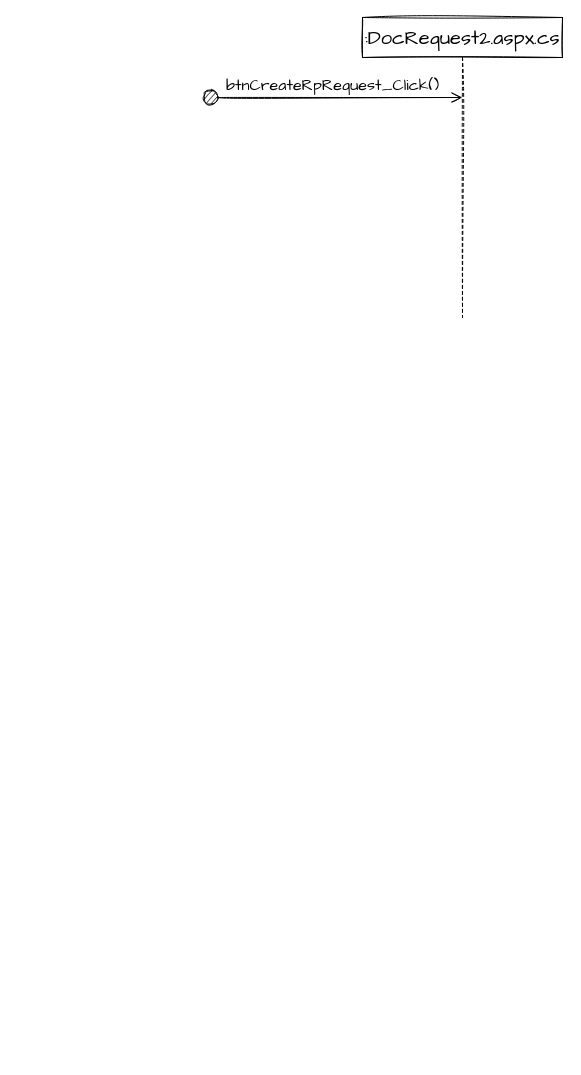
davyd0ff/so-line-grls keeps this draw.io diagram as portal/DocRequest2.aspx/btnCreateRpRequest_Click().drawio. Above is the earlier version. Source tidied: cells renumbered, new cells numbered last; positions are measured from the earlier drawing's top-left corner, leaving out a move shared by most shapes. Both pictures are drawn from the tidied source at 100%, with x=0, y=0 at pixel (202, 17).
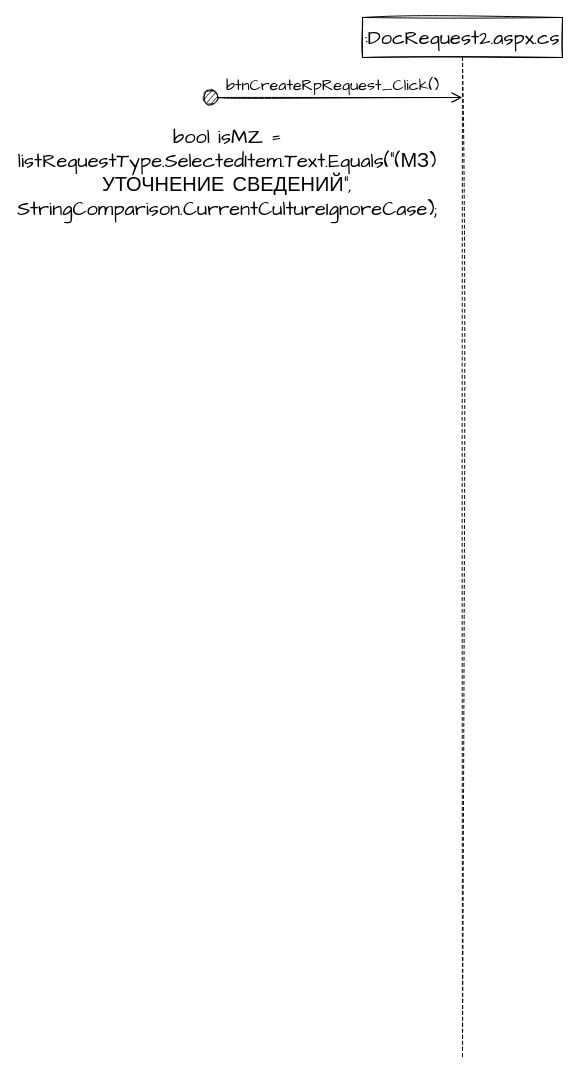
The same diagram, later.

The edit, as a diff of the source:
```diff
@@
 <mxGraphModel>
   <root>
     <mxCell id="0" />
     <mxCell id="1" parent="0" />
     <mxCell id="2" value=":DocRequest2.aspx.cs" style="shape=umlLifeline;perimeter=lifelinePerimeter;whiteSpace=wrap;html=1;outlineConnect=0;sketch=1;hachureGap=4;fontFamily=Architects Daughter;fontSize=20;" parent="1" vertex="1">
-      <mxGeometry x="160" width="200" height="300" as="geometry" />
+      <mxGeometry x="160" width="200" height="1040" as="geometry" />
     </mxCell>
     <mxCell id="3" value="btnCreateRpRequest_Click()" style="html=1;verticalAlign=bottom;startArrow=circle;startFill=1;endArrow=open;startSize=6;endSize=8;rounded=0;sketch=1;hachureGap=4;fontFamily=Architects Daughter;fontSize=16;sourcePerimeterSpacing=8;targetPerimeterSpacing=8;curved=1;" parent="1" edge="1" target="2">
       <mxGeometry relative="1" as="geometry">
         <mxPoint y="80" as="sourcePoint" />
       </mxGeometry>
     </mxCell>
+    <mxCell id="4" value="bool isMZ = listRequestType.SelectedItem.Text.Equals(&quot;(МЗ) УТОЧНЕНИЕ СВЕДЕНИЙ&quot;, StringComparison.CurrentCultureIgnoreCase);" style="text;html=1;strokeColor=none;fillColor=none;align=center;verticalAlign=middle;whiteSpace=wrap;rounded=0;sketch=1;hachureGap=4;fontFamily=Architects Daughter;fontSize=20;" parent="1" vertex="1">
+      <mxGeometry x="-40" y="140" width="130" height="30" as="geometry" />
+    </mxCell>
   </root>
 </mxGraphModel>
```
